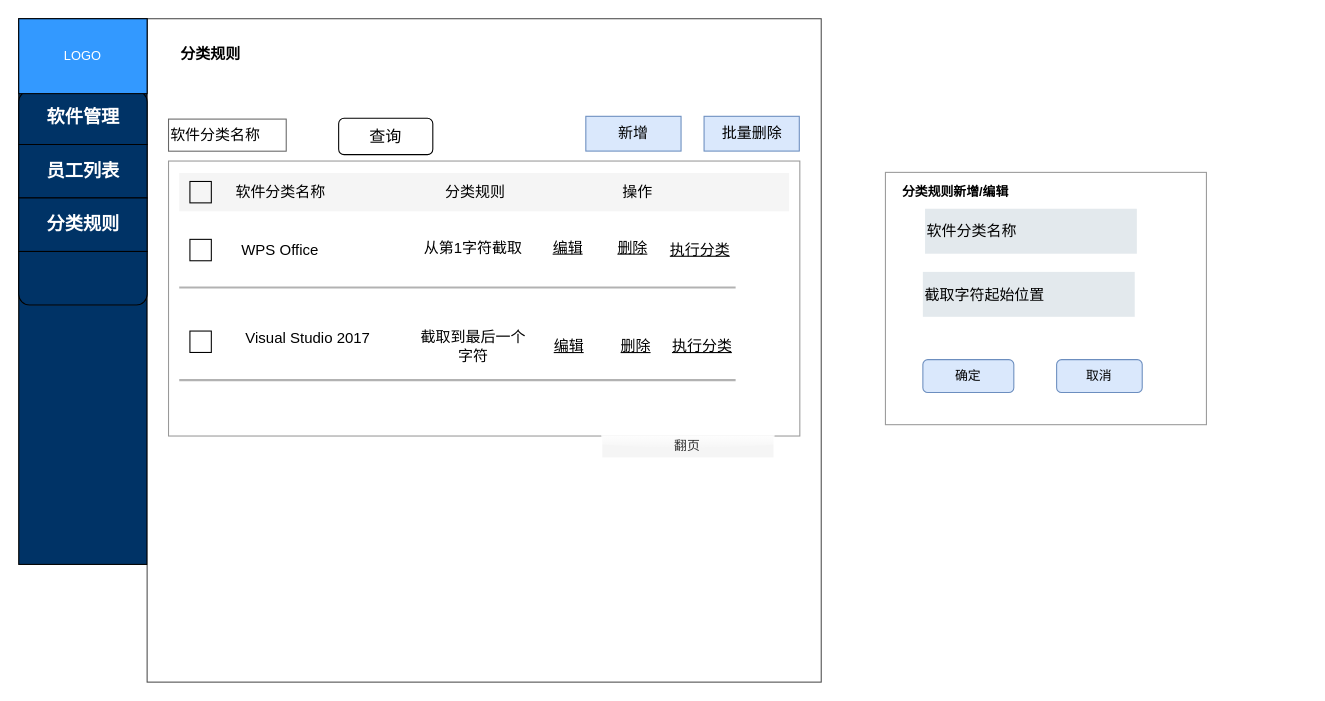
Before: page "后台管理v3.0" (10 of 10) of 正版软件管理.drawio in mashifei/uml, a draw.io diagram. Source tidied: cells renumbered, new cells numbered last; positions are measured from the earlier drawing's top-left corner, leaving out a move shared by most shapes. Both pictures are drawn from the tidied source at 107%, with x=0, y=0 at pixel (18, 18).
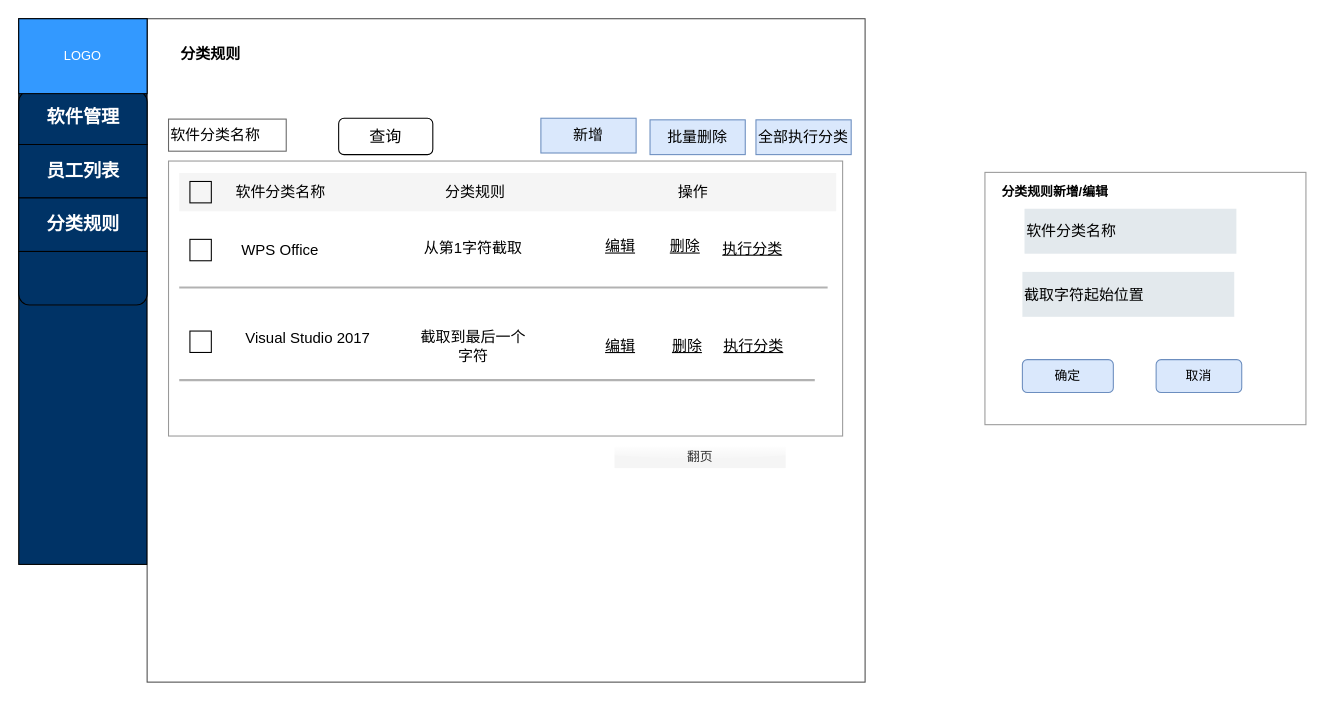
The same page after the edit.

The edit, as a diff of the source:
```diff
@@
     <mxCell id="3" style="rounded=0;whiteSpace=wrap;html=1;shadow=0;sketch=0;fontSize=14;opacity=70;" parent="1" vertex="1">
-      <mxGeometry x="120" width="630" height="620" as="geometry" />
+      <mxGeometry x="120" width="671" height="620" as="geometry" />
     </mxCell>
@@
     <mxCell id="11" value="新增" style="rounded=0;whiteSpace=wrap;html=1;shadow=0;sketch=0;fontSize=14;fillColor=#dae8fc;strokeColor=#6c8ebf;" parent="1" vertex="1">
-      <mxGeometry x="530" y="91.2" width="89" height="32.5" as="geometry" />
+      <mxGeometry x="488" y="93" width="89" height="32.5" as="geometry" />
     </mxCell>
@@
     <mxCell id="13" style="rounded=0;whiteSpace=wrap;html=1;shadow=0;sketch=0;fontSize=14;opacity=40;" parent="1" vertex="1">
-      <mxGeometry x="140" y="133" width="590" height="257" as="geometry" />
+      <mxGeometry x="140" y="133" width="630" height="257" as="geometry" />
     </mxCell>
@@
     <mxCell id="19" value="编辑" style="text;html=1;strokeColor=none;fillColor=none;align=center;verticalAlign=middle;whiteSpace=wrap;rounded=0;shadow=0;sketch=0;fontSize=14;fontStyle=4;" parent="1" vertex="1">
-      <mxGeometry x="480" y="203.8" width="66.9" height="20" as="geometry" />
+      <mxGeometry x="529" y="202.5" width="66.9" height="20" as="geometry" />
     </mxCell>
     <mxCell id="20" value="删除" style="text;html=1;strokeColor=none;fillColor=none;align=center;verticalAlign=middle;whiteSpace=wrap;rounded=0;shadow=0;sketch=0;fontSize=14;fontStyle=4;" parent="1" vertex="1">
-      <mxGeometry x="545.4" y="203.8" width="58.3" height="20" as="geometry" />
+      <mxGeometry x="594.4" y="202.5" width="58.3" height="20" as="geometry" />
     </mxCell>
     <mxCell id="21" value="批量删除" style="rounded=0;whiteSpace=wrap;html=1;shadow=0;sketch=0;fontSize=14;fillColor=#dae8fc;strokeColor=#6c8ebf;" parent="1" vertex="1">
-      <mxGeometry x="640.5" y="91.2" width="89" height="32.5" as="geometry" />
+      <mxGeometry x="590" y="94.5" width="89" height="32.5" as="geometry" />
     </mxCell>
@@
     <mxCell id="24" style="line;strokeWidth=2;html=1;shadow=0;sketch=0;fillColor=none;fontSize=14;opacity=30;" parent="1" vertex="1">
-      <mxGeometry x="150" y="246.2" width="520" height="10" as="geometry" />
+      <mxGeometry x="150" y="246.2" width="606" height="10" as="geometry" />
     </mxCell>
     <mxCell id="25" style="rounded=0;whiteSpace=wrap;html=1;shadow=0;sketch=0;fillColor=#f5f5f5;fontSize=14;fontColor=#333333;strokeColor=none;" parent="1" vertex="1">
-      <mxGeometry x="150" y="144.2" width="570" height="35.8" as="geometry" />
+      <mxGeometry x="150" y="144.2" width="614" height="35.8" as="geometry" />
     </mxCell>
@@
     <mxCell id="27" style="line;strokeWidth=2;html=1;shadow=0;sketch=0;fillColor=none;fontSize=14;opacity=30;" parent="1" vertex="1">
-      <mxGeometry x="150" y="332.8" width="520" height="10" as="geometry" />
+      <mxGeometry x="150" y="332.8" width="594" height="10" as="geometry" />
     </mxCell>
@@
     <mxCell id="29" value="操作" style="text;html=1;strokeColor=none;fillColor=none;align=center;verticalAlign=middle;whiteSpace=wrap;rounded=0;shadow=0;sketch=0;fontSize=14;" parent="1" vertex="1">
-      <mxGeometry x="530" y="152.1" width="96.9" height="20" as="geometry" />
+      <mxGeometry x="582.1" y="151.6" width="96.9" height="20" as="geometry" />
     </mxCell>
@@
     <mxCell id="31" value="翻页" style="text;html=1;fillColor=#f5f5f5;align=center;verticalAlign=middle;whiteSpace=wrap;rounded=0;fontColor=#333333;shadow=0;glass=1;" parent="1" vertex="1">
-      <mxGeometry x="545.4" y="390" width="160" height="20" as="geometry" />
+      <mxGeometry x="556.8" y="400" width="160" height="20" as="geometry" />
     </mxCell>
     <mxCell id="32" value="编辑" style="text;html=1;strokeColor=none;fillColor=none;align=center;verticalAlign=middle;whiteSpace=wrap;rounded=0;shadow=0;sketch=0;fontSize=14;fontStyle=4;" parent="1" vertex="1">
-      <mxGeometry x="480.7" y="295.5" width="66.9" height="20" as="geometry" />
+      <mxGeometry x="529" y="295.5" width="66.9" height="20" as="geometry" />
     </mxCell>
     <mxCell id="33" value="删除" style="text;html=1;strokeColor=none;fillColor=none;align=center;verticalAlign=middle;whiteSpace=wrap;rounded=0;shadow=0;sketch=0;fontSize=14;fontStyle=4;" parent="1" vertex="1">
-      <mxGeometry x="547.6" y="295.5" width="58.3" height="20" as="geometry" />
+      <mxGeometry x="595.9" y="295.5" width="58.3" height="20" as="geometry" />
     </mxCell>
     <mxCell id="34" value="执行分类" style="text;html=1;strokeColor=none;fillColor=none;align=center;verticalAlign=middle;whiteSpace=wrap;rounded=0;shadow=0;sketch=0;fontSize=14;fontStyle=4;" parent="1" vertex="1">
-      <mxGeometry x="603.6" y="206.2" width="66.3" height="20" as="geometry" />
+      <mxGeometry x="652.6" y="205" width="66.3" height="20" as="geometry" />
     </mxCell>
     <mxCell id="35" value="执行分类" style="text;html=1;strokeColor=none;fillColor=none;align=center;verticalAlign=middle;whiteSpace=wrap;rounded=0;shadow=0;sketch=0;fontSize=14;fontStyle=4;" parent="1" vertex="1">
-      <mxGeometry x="605.9" y="295.5" width="66.3" height="20" as="geometry" />
+      <mxGeometry x="654.2" y="295.5" width="66.3" height="20" as="geometry" />
     </mxCell>
     <mxCell id="36" style="rounded=0;whiteSpace=wrap;html=1;shadow=0;sketch=0;fontSize=14;opacity=40;align=center;" parent="1" vertex="1">
-      <mxGeometry x="810" y="143.6" width="300" height="235.8" as="geometry" />
+      <mxGeometry x="903" y="143.6" width="300" height="235.8" as="geometry" />
     </mxCell>
     <mxCell id="37" value="软件分类名称" style="rounded=0;whiteSpace=wrap;html=1;shadow=0;sketch=0;fontSize=14;opacity=40;align=left;fillColor=#bac8d3;strokeColor=none;" parent="1" vertex="1">
-      <mxGeometry x="847" y="177.6" width="198" height="42" as="geometry" />
+      <mxGeometry x="940" y="177.6" width="198" height="42" as="geometry" />
     </mxCell>
     <mxCell id="38" value="截取字符起始位置" style="rounded=0;whiteSpace=wrap;html=1;shadow=0;sketch=0;fontSize=14;opacity=40;align=left;fillColor=#bac8d3;strokeColor=none;" parent="1" vertex="1">
-      <mxGeometry x="845" y="236.6" width="198" height="42" as="geometry" />
+      <mxGeometry x="938" y="236.6" width="198" height="42" as="geometry" />
     </mxCell>
     <mxCell id="39" value="确定" style="rounded=1;whiteSpace=wrap;html=1;fillColor=#dae8fc;strokeColor=#6c8ebf;" parent="1" vertex="1">
-      <mxGeometry x="845" y="318.6" width="85" height="30.8" as="geometry" />
+      <mxGeometry x="938" y="318.6" width="85" height="30.8" as="geometry" />
     </mxCell>
     <mxCell id="40" value="取消" style="rounded=1;whiteSpace=wrap;html=1;fillColor=#dae8fc;strokeColor=#6c8ebf;" parent="1" vertex="1">
-      <mxGeometry x="970" y="318.6" width="80" height="30.8" as="geometry" />
+      <mxGeometry x="1063" y="318.6" width="80" height="30.8" as="geometry" />
     </mxCell>
     <mxCell id="41" value="&lt;b&gt;分类规则新增/编辑&lt;/b&gt;" style="text;html=1;strokeColor=none;fillColor=none;align=left;verticalAlign=middle;whiteSpace=wrap;rounded=0;" parent="1" vertex="1">
-      <mxGeometry x="824" y="151.6" width="210" height="20" as="geometry" />
+      <mxGeometry x="917" y="151.6" width="210" height="20" as="geometry" />
     </mxCell>
+    <mxCell id="42" value="全部执行分类" style="rounded=0;whiteSpace=wrap;html=1;shadow=0;sketch=0;fontSize=14;fillColor=#dae8fc;strokeColor=#6c8ebf;" parent="1" vertex="1">
+      <mxGeometry x="689" y="94.5" width="89" height="32.5" as="geometry" />
+    </mxCell>
```
